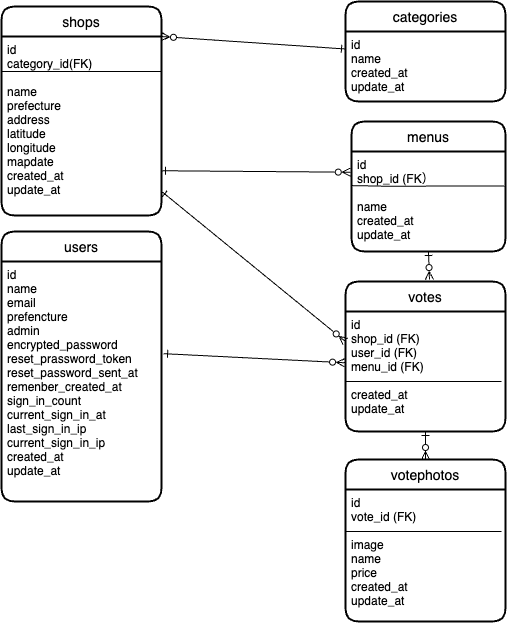
Before: img/jimoguru.png, a diagram exported from draw.io (yuko-fu/jimoguru). Source tidied: cells renumbered, new cells last; positions are measured from the earlier drawing's top-left corner, leaving out a move shared by most shapes.
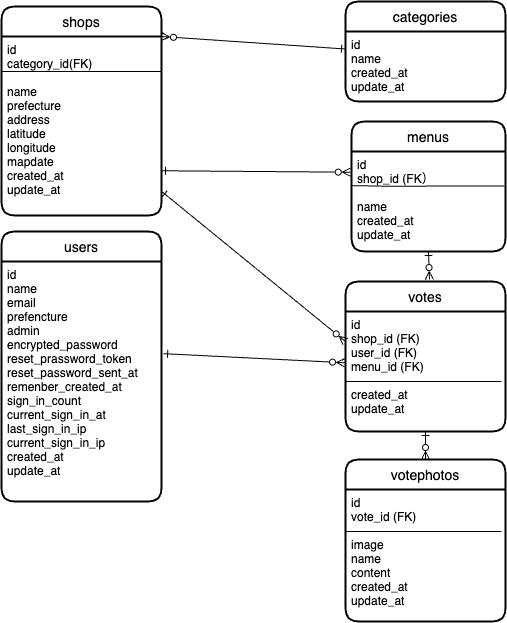
Above is the later version.

What changed in the source:
```diff
@@ -60,7 +60,7 @@
         <mxPoint x="156" y="72" as="targetPoint" />
       </mxGeometry>
     </mxCell>
-    <mxCell id="17" value="id&#10;vote_id (FK)&#10;&#10;image&#10;name&#10;price&#10;created_at&#10;update_at" style="align=left;strokeColor=none;fillColor=none;spacingLeft=4;fontSize=12;verticalAlign=top;" parent="15" vertex="1">
+    <mxCell id="17" value="id&#10;vote_id (FK)&#10;&#10;image&#10;name&#10;content&#10;created_at&#10;update_at" style="align=left;strokeColor=none;fillColor=none;spacingLeft=4;fontSize=12;verticalAlign=top;" parent="15" vertex="1">
       <mxGeometry y="30" width="160" height="132" as="geometry" />
     </mxCell>
     <mxCell id="18" style="edgeStyle=none;html=1;startArrow=ERzeroToMany;startFill=0;endArrow=ERone;endFill=0;exitX=1;exitY=0;exitDx=0;exitDy=0;entryX=0;entryY=0.25;entryDx=0;entryDy=0;" parent="1" edge="1" source="4" target="6">
```
